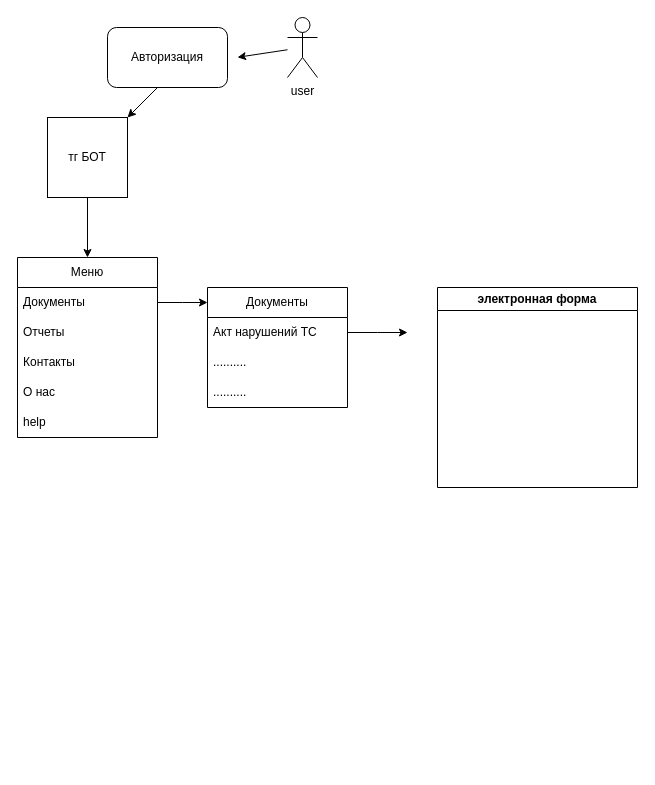
This is общий план.drawio from EvgeniiGud/draw, a draw.io file, before an edit. Source tidied: cells renumbered, new cells numbered last; positions are measured from the earlier drawing's top-left corner, leaving out a move shared by most shapes. Both pictures are drawn from the tidied source at 100%, with x=0, y=0 at pixel (17, 17).
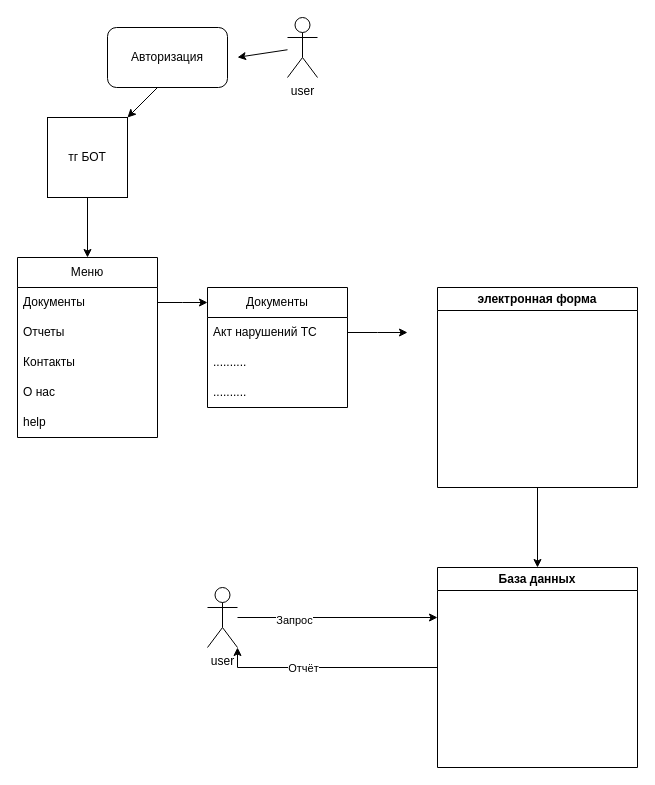
After the change.

The change refers to these unchanged cells:
```xml
<mxCell id="20" value="электронная форма" style="swimlane;whiteSpace=wrap;html=1;" parent="1" vertex="1">
  <mxGeometry x="420" y="270" width="200" height="200" as="geometry" />
</mxCell>
```

The edit, as a diff of the source:
```diff
@@
+    <mxCell id="21" style="edgeStyle=orthogonalEdgeStyle;rounded=0;jettySize=auto;html=1;" parent="1" edge="1" source="20" target="27">
+      <mxGeometry relative="1" as="geometry" />
+    </mxCell>
@@
+    <mxCell id="22" style="edgeStyle=orthogonalEdgeStyle;rounded=0;jettySize=auto;html=1;entryX=0;entryY=0.25;entryDx=0;entryDy=0;" parent="1" edge="1" source="24" target="27">
+      <mxGeometry relative="1" as="geometry" />
+    </mxCell>
+    <mxCell id="23" value="Запрос" style="edgeLabel;html=1;align=center;verticalAlign=middle;" parent="22" vertex="1">
+      <mxGeometry x="-0.44" y="-2" relative="1" as="geometry" />
+    </mxCell>
+    <mxCell id="24" value="user" style="shape=umlActor;verticalLabelPosition=bottom;verticalAlign=top;html=1;outlineConnect=0;" parent="1" vertex="1">
+      <mxGeometry x="190" y="570" width="30" height="60" as="geometry" />
+    </mxCell>
+    <mxCell id="25" style="edgeStyle=orthogonalEdgeStyle;rounded=0;jettySize=auto;html=1;entryX=1;entryY=1;entryDx=0;entryDy=0;entryPerimeter=0;" parent="1" edge="1" source="27" target="24">
+      <mxGeometry relative="1" as="geometry" />
+    </mxCell>
+    <mxCell id="26" value="Отчёт" style="edgeLabel;html=1;align=center;verticalAlign=middle;" parent="25" vertex="1">
+      <mxGeometry x="0.23" relative="1" as="geometry" />
+    </mxCell>
+    <mxCell id="27" value="База данных" style="swimlane;whiteSpace=wrap;html=1;" parent="1" vertex="1">
+      <mxGeometry x="420" y="550" width="200" height="200" as="geometry" />
+    </mxCell>
```
